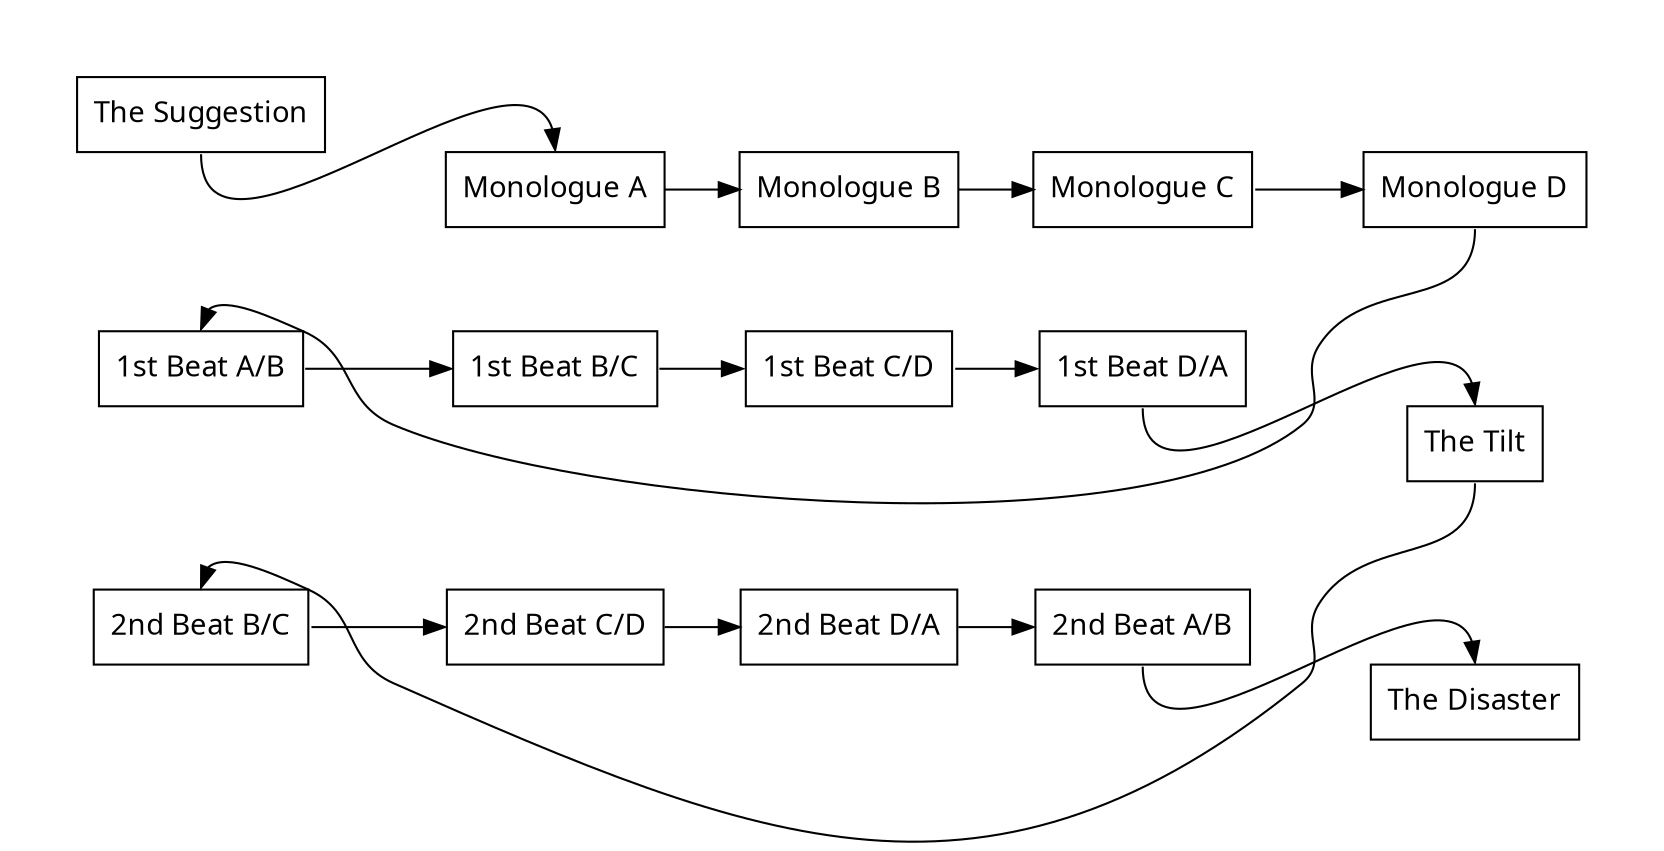
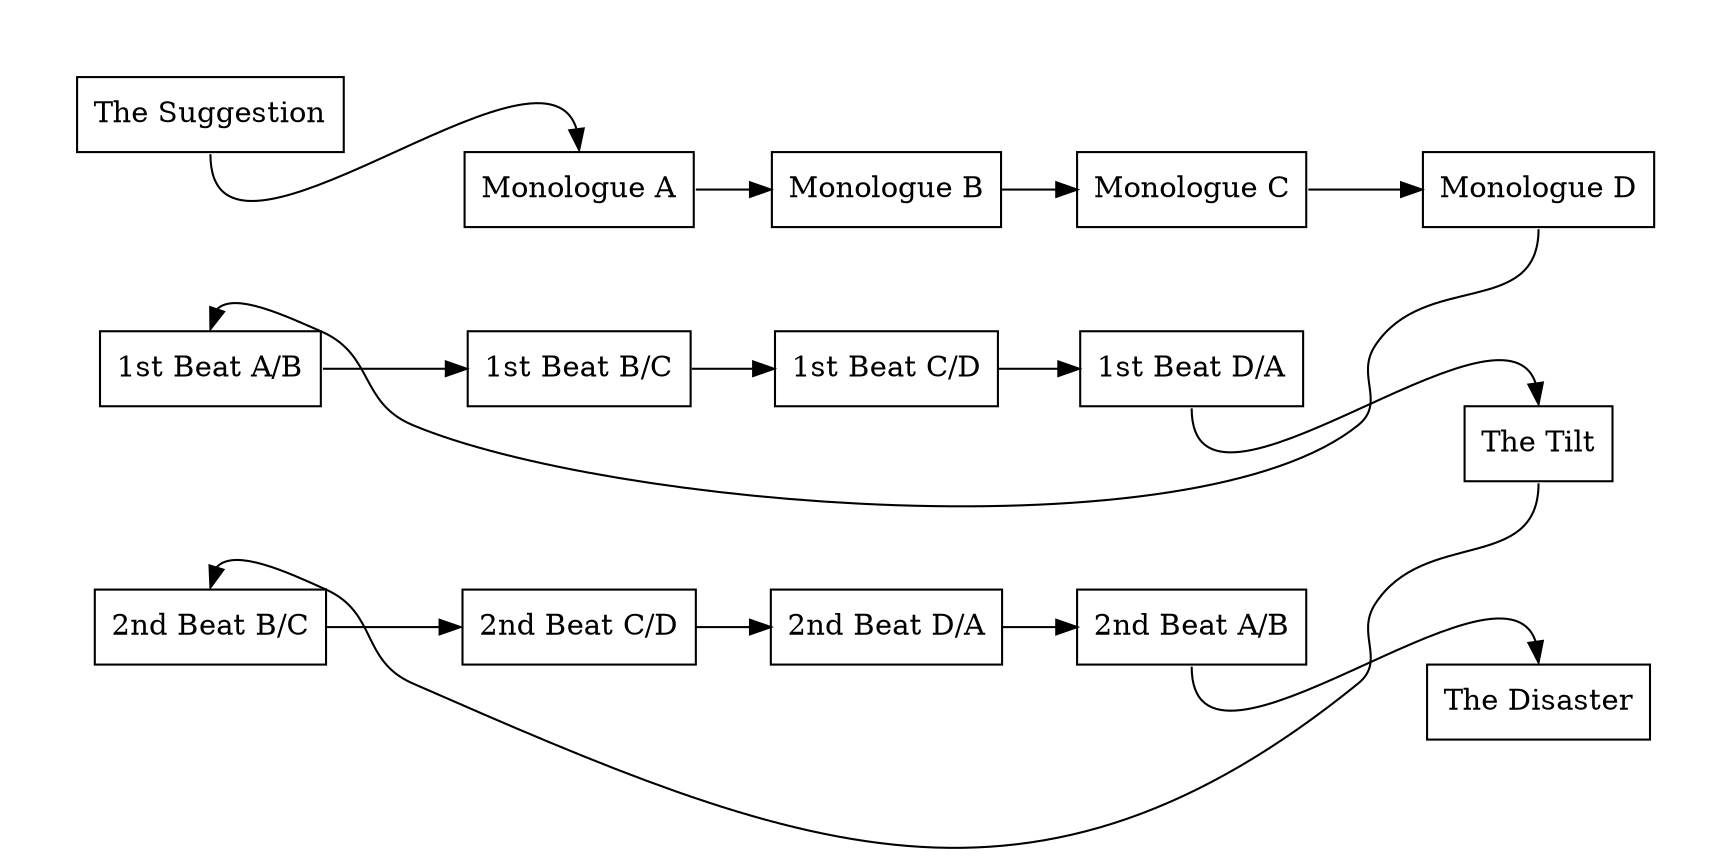
digraph {
-   node [fontname = "Handlee";];
- 
  clusterrank = local;
  compound = true;
  layout = "dot";
  margin = 0;
  rank = "same";
  rankdir = "LR";

  subgraph {
    cluster = true;
    margin = 25;
    style = invis;

-     sg [label = "The Suggestion";shape = rect;];
+     sg [label = "The Suggestion";shape = rect;id = "sg";];
  }

  sg:s -> m1:n;

  subgraph {
    cluster = true;
    margin = 25;
    style = invis;

-     m1 [label = "Monologue A";shape = rect;];
-     m2 [label = "Monologue B";shape = rect;];
-     m3 [label = "Monologue C";shape = rect;];
-     m4 [label = "Monologue D";shape = rect;];
+     m1 [label = "Monologue A";shape = rect;id = "m1";];
+     m2 [label = "Monologue B";shape = rect;id = "m2";];
+     m3 [label = "Monologue C";shape = rect;id = "m3";];
+     m4 [label = "Monologue D";shape = rect;id = "m4";];
  }

  m1:e -> m2:w;
  m2:e -> m3:w;
  m3:e -> m4:w;

  subgraph {
    cluster = true;
    margin = 25;
    style = invis;

-     fb1 [label = "1st Beat A/B";shape = rect;];
-     fb2 [label = "1st Beat B/C";shape = rect;];
-     fb3 [label = "1st Beat C/D";shape = rect;];
-     fb4 [label = "1st Beat D/A";shape = rect;];
+     fb1 [label = "1st Beat A/B";shape = rect;id = "fb1";];
+     fb2 [label = "1st Beat B/C";shape = rect;id = "fb2";];
+     fb3 [label = "1st Beat C/D";shape = rect;id = "fb3";];
+     fb4 [label = "1st Beat D/A";shape = rect;id = "fb4";];
  }

  m4:s -> fb1:n [constraint = false;];

  fb1:e -> fb2:w;
  fb2:e -> fb3:w;
  fb3:e -> fb4:w;

  subgraph {
    cluster = true;
    margin = 25;
    style = invis;

-     tt [label = "The Tilt";shape = rect;];
+     tt [label = "The Tilt";shape = rect;id = "tt";];
  }

  fb4:s -> tt:n;

  subgraph {
    cluster = true;
    margin = 25;
    style = invis;

-     sb1 [label = "2nd Beat B/C";shape = rect;];
-     sb2 [label = "2nd Beat C/D";shape = rect;];
-     sb3 [label = "2nd Beat D/A";shape = rect;];
-     sb4 [label = "2nd Beat A/B";shape = rect;];
+     sb1 [label = "2nd Beat B/C";shape = rect;id = "sb1";];
+     sb2 [label = "2nd Beat C/D";shape = rect;id = "sb1";];
+     sb3 [label = "2nd Beat D/A";shape = rect;id = "sb1";];
+     sb4 [label = "2nd Beat A/B";shape = rect;id = "sb1";];
  }

  tt:s -> sb1:n [constraint = false;];

  sb1:e -> sb2:w;
  sb2:e -> sb3:w;
  sb3:e -> sb4:w;

  subgraph {
    cluster = true;
    margin = 25;
    style = invis;

-     td [label = "The Disaster";shape = rect;];
+     td [label = "The Disaster";shape = rect;id = "td";];
  }

  sb4:s -> td:n;
}